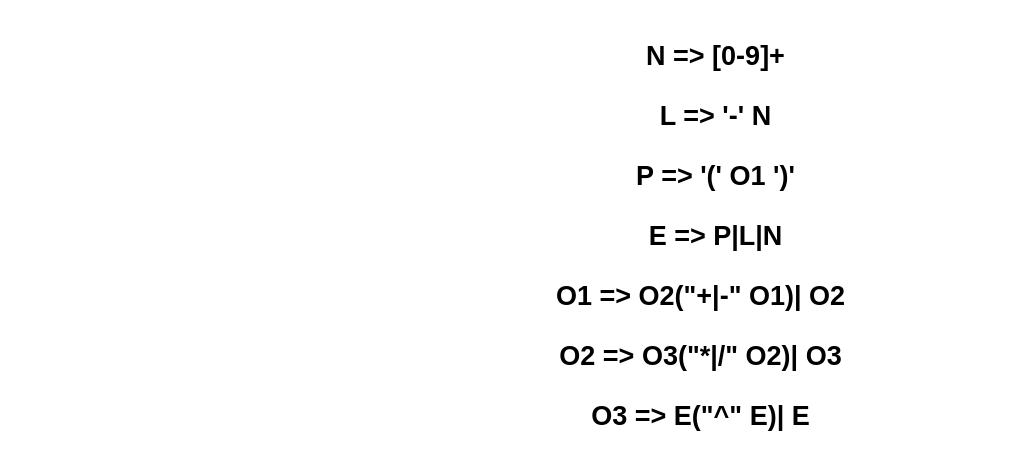
Above: Gramatica.drawio in Lds20k/Reconhecedor-de-Expressoes-Aritmeticas (draw.io), before the change. Source tidied: cells renumbered, new cells numbered last; positions are measured from the earlier drawing's top-left corner, leaving out a move shared by most shapes. Both pictures are drawn from the tidied source at 150%, with x=0, y=0 at pixel (430, 26).
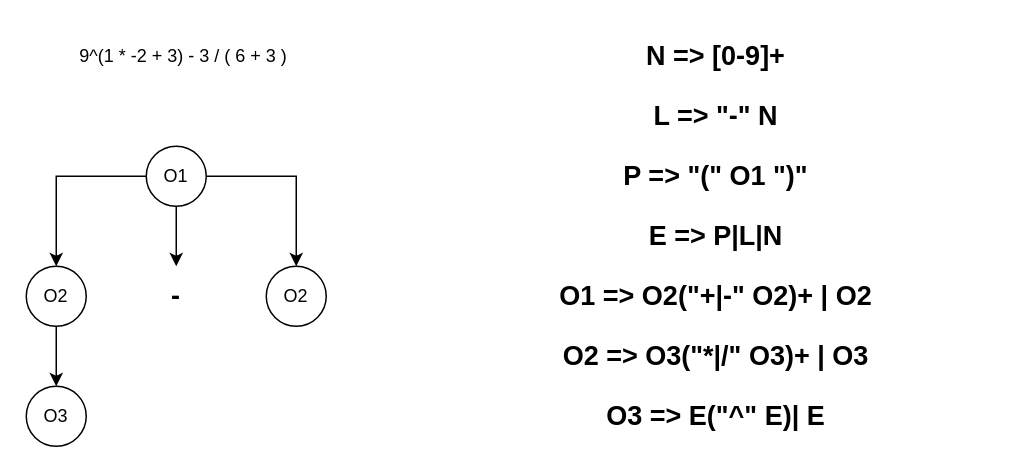
After the change.

Change to the diagram source:
```diff
@@
 <mxGraphModel>
   <root>
     <mxCell id="0" />
     <mxCell id="1" parent="0" />
     <mxCell id="2" value="&lt;b&gt;&lt;font style=&quot;font-size: 18px;&quot;&gt;N =&amp;gt; [0-9]+&lt;br&gt;&lt;/font&gt;&lt;/b&gt;" style="text;html=1;strokeColor=none;fillColor=none;align=center;verticalAlign=middle;whiteSpace=wrap;rounded=0;" parent="1" vertex="1">
       <mxGeometry x="10" width="360" height="40" as="geometry" />
     </mxCell>
-    <mxCell id="3" value="&lt;b&gt;&lt;font style=&quot;font-size: 18px;&quot;&gt;P =&amp;gt; '(' O1 ')'&lt;br&gt;&lt;/font&gt;&lt;/b&gt;" style="text;html=1;strokeColor=none;fillColor=none;align=center;verticalAlign=middle;whiteSpace=wrap;rounded=0;" parent="1" vertex="1">
+    <mxCell id="3" value="&lt;b&gt;&lt;font style=&quot;font-size: 18px&quot;&gt;P =&amp;gt; &quot;(&quot; O1 &quot;)&quot;&lt;br&gt;&lt;/font&gt;&lt;/b&gt;" style="text;html=1;strokeColor=none;fillColor=none;align=center;verticalAlign=middle;whiteSpace=wrap;rounded=0;" parent="1" vertex="1">
       <mxGeometry x="10" y="80" width="360" height="40" as="geometry" />
     </mxCell>
-    <mxCell id="4" value="&lt;b&gt;&lt;font style=&quot;font-size: 18px;&quot;&gt;L =&amp;gt; '-' N&lt;br&gt;&lt;/font&gt;&lt;/b&gt;" style="text;html=1;strokeColor=none;fillColor=none;align=center;verticalAlign=middle;whiteSpace=wrap;rounded=0;" parent="1" vertex="1">
+    <mxCell id="4" value="&lt;b&gt;&lt;font style=&quot;font-size: 18px&quot;&gt;L =&amp;gt; &quot;-&quot; N&lt;br&gt;&lt;/font&gt;&lt;/b&gt;" style="text;html=1;strokeColor=none;fillColor=none;align=center;verticalAlign=middle;whiteSpace=wrap;rounded=0;" parent="1" vertex="1">
       <mxGeometry x="10" y="40" width="360" height="40" as="geometry" />
     </mxCell>
     <mxCell id="5" value="&lt;b&gt;&lt;font style=&quot;font-size: 18px;&quot;&gt;E =&amp;gt; P|L|N &lt;br&gt;&lt;/font&gt;&lt;/b&gt;" style="text;html=1;strokeColor=none;fillColor=none;align=center;verticalAlign=middle;whiteSpace=wrap;rounded=0;" parent="1" vertex="1">
       <mxGeometry x="10" y="120" width="360" height="40" as="geometry" />
     </mxCell>
-    <mxCell id="6" value="&lt;b&gt;&lt;font style=&quot;font-size: 18px;&quot;&gt;O1 =&amp;gt; O2(&quot;+|-&quot; O1)| O2&lt;br&gt;&lt;/font&gt;&lt;/b&gt;" style="text;html=1;strokeColor=none;fillColor=none;align=center;verticalAlign=middle;whiteSpace=wrap;rounded=0;" parent="1" vertex="1">
-      <mxGeometry y="160" width="360" height="40" as="geometry" />
+    <mxCell id="6" value="&lt;b&gt;&lt;font style=&quot;font-size: 18px&quot;&gt;O1 =&amp;gt; O2(&quot;+|-&quot; O2)+ | O2&lt;br&gt;&lt;/font&gt;&lt;/b&gt;" style="text;html=1;strokeColor=none;fillColor=none;align=center;verticalAlign=middle;whiteSpace=wrap;rounded=0;" parent="1" vertex="1">
+      <mxGeometry x="10" y="160" width="360" height="40" as="geometry" />
     </mxCell>
-    <mxCell id="7" value="&lt;b&gt;&lt;font style=&quot;font-size: 18px;&quot;&gt;O2 =&amp;gt; O3(&quot;*|/&quot; O2)| O3&lt;br&gt;&lt;/font&gt;&lt;/b&gt;" style="text;html=1;strokeColor=none;fillColor=none;align=center;verticalAlign=middle;whiteSpace=wrap;rounded=0;" parent="1" vertex="1">
-      <mxGeometry y="200" width="360" height="40" as="geometry" />
+    <mxCell id="7" value="&lt;b&gt;&lt;font style=&quot;font-size: 18px&quot;&gt;O2 =&amp;gt; O3(&quot;*|/&quot; O3)+ | O3&lt;br&gt;&lt;/font&gt;&lt;/b&gt;" style="text;html=1;strokeColor=none;fillColor=none;align=center;verticalAlign=middle;whiteSpace=wrap;rounded=0;" parent="1" vertex="1">
+      <mxGeometry x="10" y="200" width="360" height="40" as="geometry" />
     </mxCell>
     <mxCell id="8" value="&lt;b&gt;&lt;font style=&quot;font-size: 18px;&quot;&gt;O3 =&amp;gt; E(&quot;^&quot; E)| E&lt;br&gt;&lt;/font&gt;&lt;/b&gt;" style="text;html=1;strokeColor=none;fillColor=none;align=center;verticalAlign=middle;whiteSpace=wrap;rounded=0;" parent="1" vertex="1">
-      <mxGeometry y="240" width="360" height="40" as="geometry" />
+      <mxGeometry x="10" y="240" width="360" height="40" as="geometry" />
     </mxCell>
+    <mxCell id="9" value="9^(1 * -2 + 3) - 3 / ( 6 + 3 )" style="text;html=1;strokeColor=none;fillColor=none;align=center;verticalAlign=middle;whiteSpace=wrap;rounded=0;" parent="1" vertex="1">
+      <mxGeometry x="-250" width="170" height="40" as="geometry" />
+    </mxCell>
+    <mxCell id="10" style="edgeStyle=orthogonalEdgeStyle;rounded=0;jettySize=auto;html=1;fontSize=18;" parent="1" edge="1" source="13" target="17">
+      <mxGeometry relative="1" as="geometry" />
+    </mxCell>
+    <mxCell id="11" style="edgeStyle=orthogonalEdgeStyle;rounded=0;jettySize=auto;html=1;entryX=0.5;entryY=0;entryDx=0;entryDy=0;fontSize=18;" parent="1" edge="1" source="13" target="15">
+      <mxGeometry relative="1" as="geometry" />
+    </mxCell>
+    <mxCell id="12" style="edgeStyle=orthogonalEdgeStyle;rounded=0;jettySize=auto;html=1;fontSize=18;" parent="1" edge="1" source="13" target="18">
+      <mxGeometry relative="1" as="geometry" />
+    </mxCell>
+    <mxCell id="13" value="O1" style="ellipse;whiteSpace=wrap;html=1;" parent="1" vertex="1">
+      <mxGeometry x="-190" y="80" width="40" height="40" as="geometry" />
+    </mxCell>
+    <mxCell id="14" style="edgeStyle=orthogonalEdgeStyle;rounded=0;jettySize=auto;html=1;fontSize=18;" parent="1" edge="1" source="15" target="16">
+      <mxGeometry relative="1" as="geometry" />
+    </mxCell>
+    <mxCell id="15" value="O2" style="ellipse;whiteSpace=wrap;html=1;" parent="1" vertex="1">
+      <mxGeometry x="-270" y="160" width="40" height="40" as="geometry" />
+    </mxCell>
+    <mxCell id="16" value="O3" style="ellipse;whiteSpace=wrap;html=1;" parent="1" vertex="1">
+      <mxGeometry x="-270" y="240" width="40" height="40" as="geometry" />
+    </mxCell>
+    <mxCell id="17" value="&lt;font style=&quot;font-size: 18px&quot;&gt;&lt;b&gt;-&lt;/b&gt;&lt;/font&gt;" style="text;html=1;strokeColor=none;fillColor=none;align=center;verticalAlign=middle;whiteSpace=wrap;rounded=0;" parent="1" vertex="1">
+      <mxGeometry x="-190" y="160" width="40" height="40" as="geometry" />
+    </mxCell>
+    <mxCell id="18" value="O2" style="ellipse;whiteSpace=wrap;html=1;" parent="1" vertex="1">
+      <mxGeometry x="-110" y="160" width="40" height="40" as="geometry" />
+    </mxCell>
   </root>
 </mxGraphModel>
```
